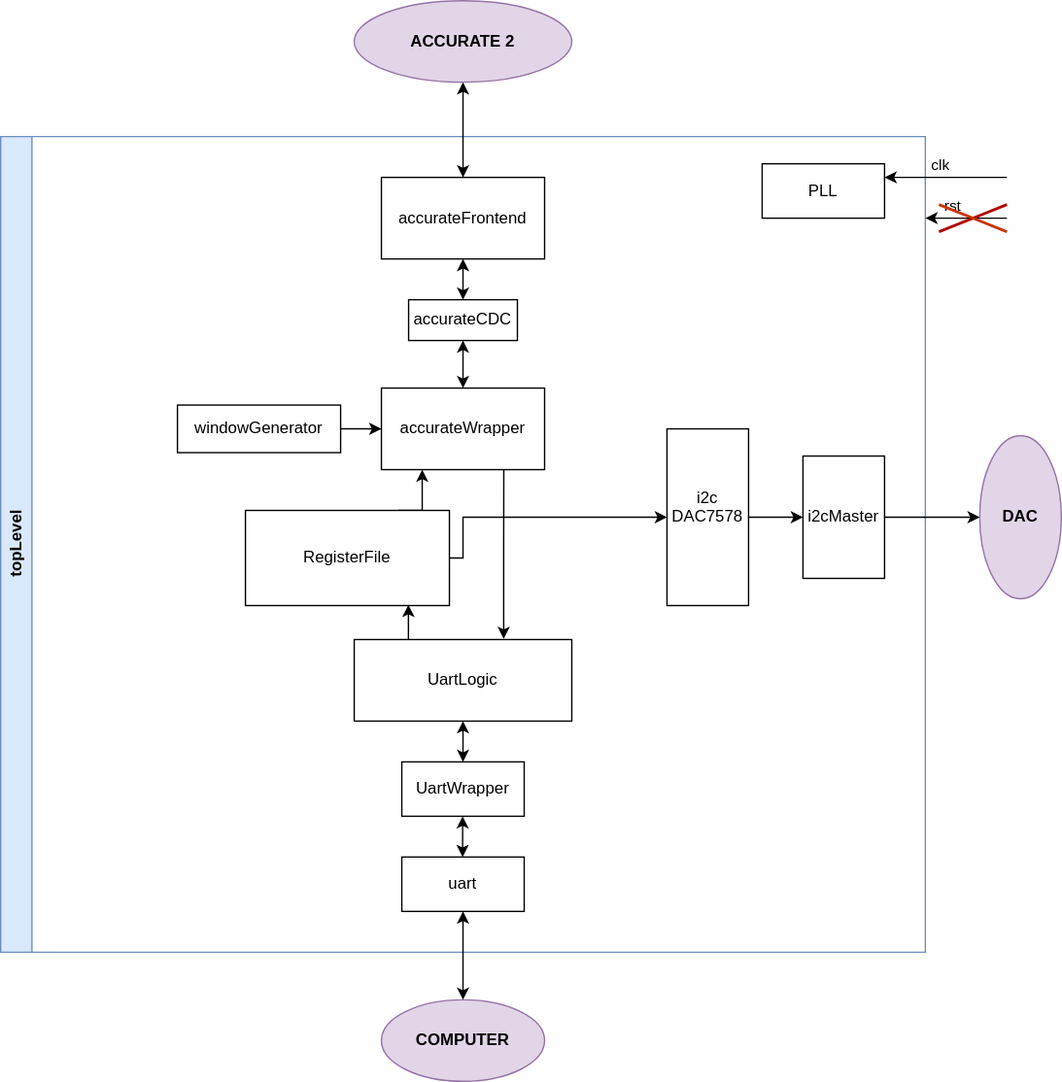
Before: VHDL_Diagram.svg, a diagram exported from draw.io (boukabache/ACCURATE2_EvalBoard). Source tidied: cells renumbered, new cells last; positions are measured from the earlier drawing's top-left corner, leaving out a move shared by most shapes.
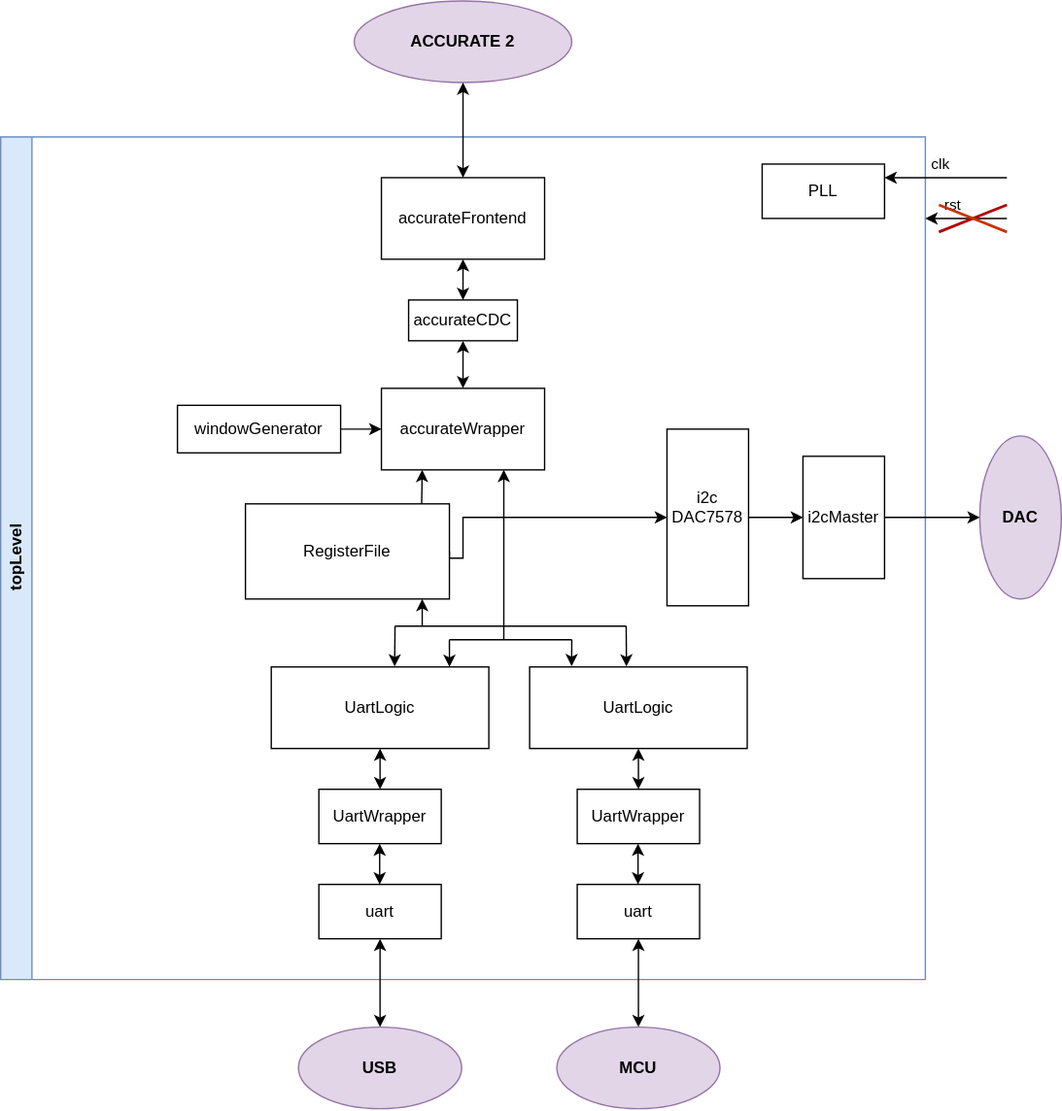
Above is the later version.

What changed in the source:
```diff
@@ -3,7 +3,7 @@
     <mxCell id="0" />
     <mxCell id="1" parent="0" />
     <mxCell id="2" value="topLevel" style="swimlane;horizontal=0;whiteSpace=wrap;html=1;fillColor=#dae8fc;strokeColor=#6c8ebf;" parent="1" vertex="1">
-      <mxGeometry y="100" width="680" height="600" as="geometry" />
+      <mxGeometry y="100" width="680" height="620" as="geometry" />
     </mxCell>
     <mxCell id="3" value="i2cMaster" style="whiteSpace=wrap;html=1;direction=south;" parent="2" vertex="1">
       <mxGeometry x="590" y="235" width="60" height="90" as="geometry" />
@@ -14,26 +14,6 @@
     <mxCell id="5" value="i2c&lt;div&gt;DAC7578&lt;div&gt;&lt;br&gt;&lt;/div&gt;&lt;/div&gt;" style="whiteSpace=wrap;html=1;direction=south;" parent="2" vertex="1">
       <mxGeometry x="490" y="215" width="60" height="130" as="geometry" />
     </mxCell>
-    <mxCell id="6" value="uart" style="rounded=0;whiteSpace=wrap;html=1;" parent="2" vertex="1">
-      <mxGeometry x="295" y="530" width="90" height="40" as="geometry" />
-    </mxCell>
-    <mxCell id="7" style="edgeStyle=orthogonalEdgeStyle;rounded=0;jettySize=auto;html=1;exitX=0.25;exitY=0;exitDx=0;exitDy=0;startArrow=classic;startFill=1;entryX=0.799;entryY=0.992;entryDx=0;entryDy=0;entryPerimeter=0;" parent="2" edge="1" target="21">
-      <mxGeometry relative="1" as="geometry">
-        <mxPoint x="300" y="420.1" as="sourcePoint" />
-        <Array as="points">
-          <mxPoint x="300" y="344" />
-        </Array>
-      </mxGeometry>
-    </mxCell>
-    <mxCell id="8" value="UartLogic" style="whiteSpace=wrap;html=1;" parent="2" vertex="1">
-      <mxGeometry x="260" y="370" width="160" height="60" as="geometry" />
-    </mxCell>
-    <mxCell id="9" value="COMPUTER" style="ellipse;whiteSpace=wrap;html=1;fillColor=#e1d5e7;strokeColor=#9673a6;fontStyle=1;startSize=23;direction=south;" parent="2" vertex="1">
-      <mxGeometry x="280" y="635" width="120" height="60" as="geometry" />
-    </mxCell>
-    <mxCell id="10" style="edgeStyle=orthogonalEdgeStyle;rounded=0;jettySize=auto;html=1;startArrow=classic;startFill=1;" parent="2" edge="1" source="6" target="9">
-      <mxGeometry relative="1" as="geometry" />
-    </mxCell>
     <mxCell id="11" style="edgeStyle=orthogonalEdgeStyle;rounded=0;jettySize=auto;html=1;startArrow=classic;startFill=1;" parent="2" edge="1" source="12" target="13">
       <mxGeometry relative="1" as="geometry" />
     </mxCell>
@@ -58,7 +38,7 @@
     <mxCell id="18" value="windowGenerator" style="whiteSpace=wrap;html=1;" parent="2" vertex="1">
       <mxGeometry x="130" y="197.5" width="120" height="35" as="geometry" />
     </mxCell>
-    <mxCell id="19" style="edgeStyle=orthogonalEdgeStyle;rounded=0;jettySize=auto;html=1;exitX=0.75;exitY=0;exitDx=0;exitDy=0;entryX=0.25;entryY=1;entryDx=0;entryDy=0;" parent="2" edge="1" source="21" target="16">
+    <mxCell id="19" style="edgeStyle=orthogonalEdgeStyle;rounded=0;jettySize=auto;html=1;exitX=0.864;exitY=-0.002;exitDx=0;exitDy=0;entryX=0.25;entryY=1;entryDx=0;entryDy=0;exitPerimeter=0;" parent="2" edge="1" source="21" target="16">
       <mxGeometry relative="1" as="geometry" />
     </mxCell>
     <mxCell id="20" style="edgeStyle=orthogonalEdgeStyle;rounded=0;jettySize=auto;html=1;exitX=1;exitY=0.5;exitDx=0;exitDy=0;startArrow=none;startFill=0;endArrow=classic;endFill=1;" parent="2" edge="1" source="21" target="5">
@@ -70,23 +50,24 @@
       </mxGeometry>
     </mxCell>
     <mxCell id="21" value="RegisterFile" style="whiteSpace=wrap;html=1;" parent="2" vertex="1">
-      <mxGeometry x="180" y="275" width="150" height="70" as="geometry" />
+      <mxGeometry x="180" y="270" width="150" height="70" as="geometry" />
     </mxCell>
-    <mxCell id="22" style="edgeStyle=orthogonalEdgeStyle;rounded=0;jettySize=auto;html=1;exitX=0.687;exitY=-0.007;exitDx=0;exitDy=0;entryX=0.75;entryY=1;entryDx=0;entryDy=0;startArrow=classic;startFill=1;endArrow=none;endFill=0;exitPerimeter=0;" parent="2" edge="1" source="8" target="16">
-      <mxGeometry relative="1" as="geometry" />
-    </mxCell>
-    <mxCell id="23" style="edgeStyle=orthogonalEdgeStyle;rounded=0;jettySize=auto;html=1;exitX=0.5;exitY=0;exitDx=0;exitDy=0;startArrow=classic;startFill=1;" parent="2" edge="1" source="24" target="8">
-      <mxGeometry relative="1" as="geometry" />
-    </mxCell>
-    <mxCell id="24" value="UartWrapper" style="rounded=0;whiteSpace=wrap;html=1;" parent="2" vertex="1">
-      <mxGeometry x="295" y="460" width="90" height="40" as="geometry" />
-    </mxCell>
-    <mxCell id="25" style="edgeStyle=orthogonalEdgeStyle;rounded=0;orthogonalLoop=1;jettySize=auto;html=1;exitX=0.5;exitY=0;exitDx=0;exitDy=0;startArrow=classic;startFill=1;" parent="2" edge="1">
-      <mxGeometry relative="1" as="geometry">
-        <mxPoint x="339.7" y="530" as="sourcePoint" />
-        <mxPoint x="339.7" y="500" as="targetPoint" />
-      </mxGeometry>
-    </mxCell>
+    <mxCell id="36" style="endArrow=classic;html=1;rounded=0;entryX=0.567;entryY=-0.005;entryDx=0;entryDy=0;entryPerimeter=0;" parent="2" edge="1" target="8">
+      <mxGeometry relative="1" as="geometry">
+        <mxPoint x="290" y="360" as="sourcePoint" />
+      </mxGeometry>
+    </mxCell>
+    <mxCell id="37" style="endArrow=classic;html=1;rounded=0;entryX=0.445;entryY=-0.005;entryDx=0;entryDy=0;entryPerimeter=0;" parent="2" edge="1" target="41">
+      <mxGeometry relative="1" as="geometry">
+        <mxPoint x="460" y="360" as="sourcePoint" />
+      </mxGeometry>
+    </mxCell>
+    <mxCell id="38" style="endArrow=classic;html=1;rounded=0;entryX=0.819;entryY=-0.001;entryDx=0;entryDy=0;entryPerimeter=0;" parent="2" edge="1">
+      <mxGeometry relative="1" as="geometry">
+        <mxPoint x="310" y="360" as="sourcePoint" />
+        <mxPoint x="310" y="340" as="targetPoint" />
+      </mxGeometry>
+    </mxCell>
     <mxCell id="26" value="ACCURATE 2" style="ellipse;whiteSpace=wrap;html=1;fontStyle=1;startSize=23;fillColor=#e1d5e7;strokeColor=#9673a6;" parent="1" vertex="1">
       <mxGeometry x="260" width="160" height="60" as="geometry" />
     </mxCell>
@@ -132,5 +113,80 @@
         <mxPoint x="740" y="170" as="targetPoint" />
       </mxGeometry>
     </mxCell>
+    <mxCell id="39" style="endArrow=classic;startArrow=none;html=1;rounded=0;entryX=0.75;entryY=1;entryDx=0;entryDy=0;startFill=0;" parent="1" edge="1" target="16">
+      <mxGeometry relative="1" as="geometry">
+        <mxPoint x="370" y="470" as="sourcePoint" />
+      </mxGeometry>
+    </mxCell>
+    <mxCell id="6" value="uart" style="rounded=0;whiteSpace=wrap;html=1;" parent="1" vertex="1">
+      <mxGeometry x="234" y="650" width="90" height="40" as="geometry" />
+    </mxCell>
+    <mxCell id="8" value="UartLogic" style="whiteSpace=wrap;html=1;" parent="1" vertex="1">
+      <mxGeometry x="199" y="490" width="160" height="60" as="geometry" />
+    </mxCell>
+    <mxCell id="9" value="USB" style="ellipse;whiteSpace=wrap;html=1;fillColor=#e1d5e7;strokeColor=#9673a6;fontStyle=1;startSize=23;direction=south;" parent="1" vertex="1">
+      <mxGeometry x="219" y="755" width="120" height="60" as="geometry" />
+    </mxCell>
+    <mxCell id="10" style="edgeStyle=orthogonalEdgeStyle;rounded=0;jettySize=auto;html=1;startArrow=classic;startFill=1;" parent="1" edge="1" source="6" target="9">
+      <mxGeometry relative="1" as="geometry" />
+    </mxCell>
+    <mxCell id="23" style="edgeStyle=orthogonalEdgeStyle;rounded=0;jettySize=auto;html=1;exitX=0.5;exitY=0;exitDx=0;exitDy=0;startArrow=classic;startFill=1;" parent="1" edge="1" source="24" target="8">
+      <mxGeometry relative="1" as="geometry" />
+    </mxCell>
+    <mxCell id="24" value="UartWrapper" style="rounded=0;whiteSpace=wrap;html=1;" parent="1" vertex="1">
+      <mxGeometry x="234" y="580" width="90" height="40" as="geometry" />
+    </mxCell>
+    <mxCell id="25" style="edgeStyle=orthogonalEdgeStyle;rounded=0;orthogonalLoop=1;jettySize=auto;html=1;exitX=0.5;exitY=0;exitDx=0;exitDy=0;startArrow=classic;startFill=1;" parent="1" edge="1">
+      <mxGeometry relative="1" as="geometry">
+        <mxPoint x="278.7" y="650" as="sourcePoint" />
+        <mxPoint x="278.7" y="620" as="targetPoint" />
+      </mxGeometry>
+    </mxCell>
+    <mxCell id="40" value="uart" style="rounded=0;whiteSpace=wrap;html=1;" parent="1" vertex="1">
+      <mxGeometry x="424" y="650" width="90" height="40" as="geometry" />
+    </mxCell>
+    <mxCell id="41" value="UartLogic" style="whiteSpace=wrap;html=1;" parent="1" vertex="1">
+      <mxGeometry x="389" y="490" width="160" height="60" as="geometry" />
+    </mxCell>
+    <mxCell id="42" value="MCU" style="ellipse;whiteSpace=wrap;html=1;fillColor=#e1d5e7;strokeColor=#9673a6;fontStyle=1;startSize=23;direction=south;" parent="1" vertex="1">
+      <mxGeometry x="409" y="755" width="120" height="60" as="geometry" />
+    </mxCell>
+    <mxCell id="43" style="edgeStyle=orthogonalEdgeStyle;rounded=0;jettySize=auto;html=1;startArrow=classic;startFill=1;" parent="1" edge="1" source="40" target="42">
+      <mxGeometry relative="1" as="geometry" />
+    </mxCell>
+    <mxCell id="44" style="edgeStyle=orthogonalEdgeStyle;rounded=0;jettySize=auto;html=1;exitX=0.5;exitY=0;exitDx=0;exitDy=0;startArrow=classic;startFill=1;" parent="1" edge="1" source="45" target="41">
+      <mxGeometry relative="1" as="geometry" />
+    </mxCell>
+    <mxCell id="45" value="UartWrapper" style="rounded=0;whiteSpace=wrap;html=1;" parent="1" vertex="1">
+      <mxGeometry x="424" y="580" width="90" height="40" as="geometry" />
+    </mxCell>
+    <mxCell id="46" style="edgeStyle=orthogonalEdgeStyle;rounded=0;orthogonalLoop=1;jettySize=auto;html=1;exitX=0.5;exitY=0;exitDx=0;exitDy=0;startArrow=classic;startFill=1;" parent="1" edge="1">
+      <mxGeometry relative="1" as="geometry">
+        <mxPoint x="468.7" y="650" as="sourcePoint" />
+        <mxPoint x="468.7" y="620" as="targetPoint" />
+      </mxGeometry>
+    </mxCell>
+    <mxCell id="47" style="endArrow=none;html=1;rounded=0;snapToPoint=1;startArrow=none;startFill=0;" parent="1" edge="1">
+      <mxGeometry relative="1" as="geometry">
+        <mxPoint x="330" y="470" as="sourcePoint" />
+        <mxPoint x="420" y="470" as="targetPoint" />
+      </mxGeometry>
+    </mxCell>
+    <mxCell id="48" style="endArrow=classic;html=1;rounded=0;snapToPoint=1;entryX=0.193;entryY=-0.009;entryDx=0;entryDy=0;entryPerimeter=0;" parent="1" edge="1" target="41">
+      <mxGeometry relative="1" as="geometry">
+        <mxPoint x="420" y="470" as="sourcePoint" />
+      </mxGeometry>
+    </mxCell>
+    <mxCell id="49" style="endArrow=classic;html=1;rounded=0;entryX=0.819;entryY=-0.001;entryDx=0;entryDy=0;entryPerimeter=0;" parent="1" edge="1" target="8">
+      <mxGeometry relative="1" as="geometry">
+        <mxPoint x="330" y="470" as="sourcePoint" />
+      </mxGeometry>
+    </mxCell>
+    <mxCell id="50" style="endArrow=none;html=1;rounded=0;" parent="1" edge="1">
+      <mxGeometry relative="1" as="geometry">
+        <mxPoint x="290" y="460" as="sourcePoint" />
+        <mxPoint x="460" y="460" as="targetPoint" />
+      </mxGeometry>
+    </mxCell>
   </root>
 </mxGraphModel>
```
